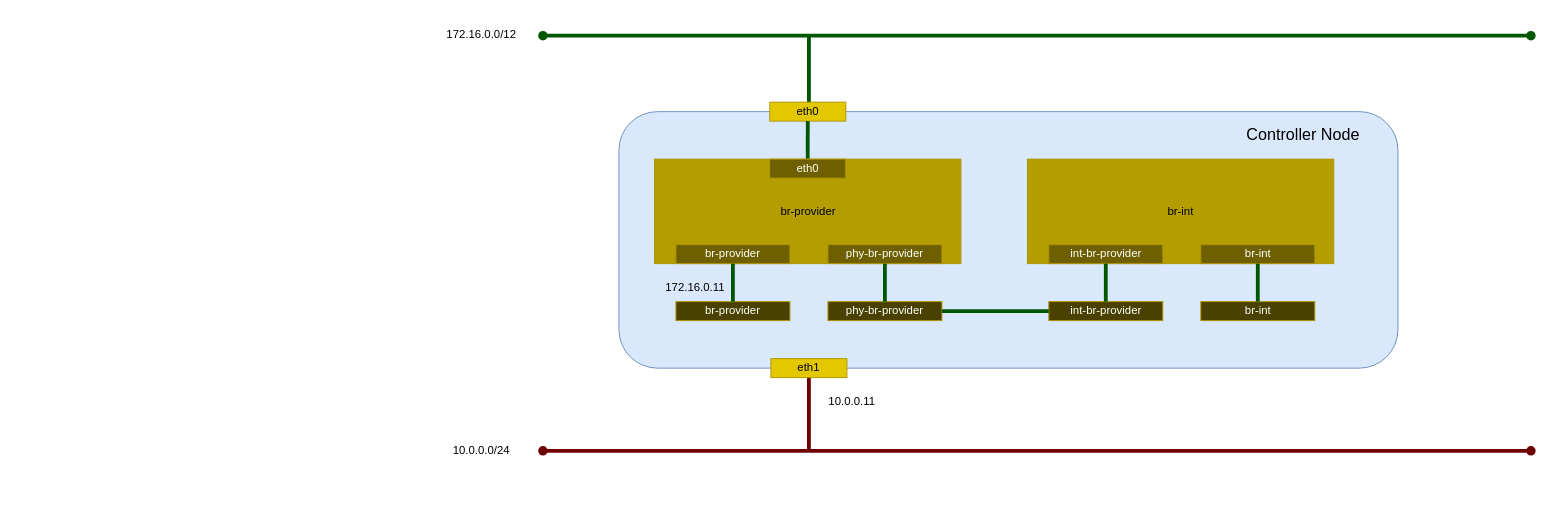
Before: _static/image/network_base_controller_ovs.drawio in 9506hqwy/openstack_study_notes, a draw.io diagram. Source tidied: cells renumbered, new cells numbered last; positions are measured from the earlier drawing's top-left corner, leaving out a move shared by most shapes. Both pictures are drawn from the tidied source at 95%, with x=0, y=0 at pixel (433, 20).
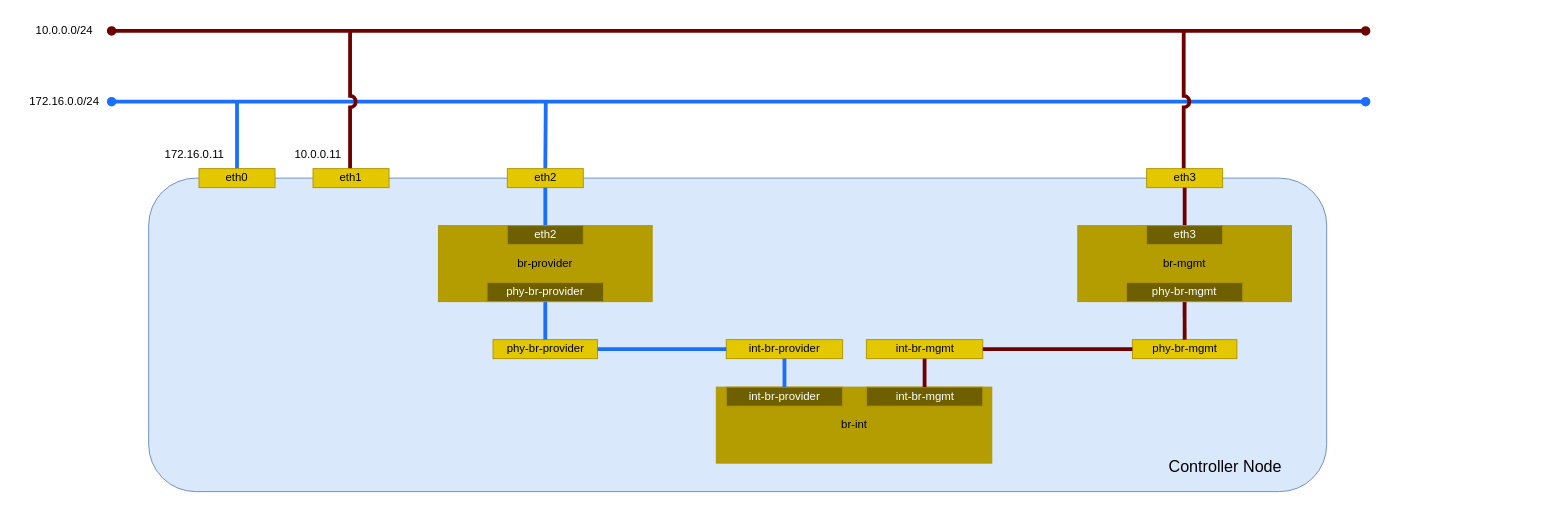
The same page after the edit.

Diff of the diagram source:
```diff
@@
-    <mxCell id="2" style="endArrow=oval;html=1;rounded=0;startArrow=oval;startFill=1;endFill=1;strokeWidth=4;fillColor=#a20025;strokeColor=#6F0000;" parent="1" edge="1">
-      <mxGeometry relative="1" as="geometry">
-        <mxPoint x="115" y="453" as="sourcePoint" />
-        <mxPoint x="1155" y="453" as="targetPoint" />
-      </mxGeometry>
-    </mxCell>
-    <mxCell id="3" style="endArrow=oval;html=1;rounded=0;startArrow=oval;startFill=1;endFill=1;strokeWidth=4;fillColor=#008a00;strokeColor=#005700;" parent="1" edge="1">
-      <mxGeometry relative="1" as="geometry">
-        <mxPoint x="115" y="16" as="sourcePoint" />
-        <mxPoint x="1155" y="16" as="targetPoint" />
-      </mxGeometry>
-    </mxCell>
-    <mxCell id="4" value="172.16.0.0/12" style="text;html=1;align=center;verticalAlign=middle;strokeColor=none;fillColor=none;" parent="1" vertex="1">
-      <mxGeometry width="100" height="30" as="geometry" />
-    </mxCell>
+    <mxCell id="33" style="endArrow=oval;html=1;rounded=0;startArrow=oval;startFill=1;endFill=1;strokeWidth=4;fillColor=#a20025;strokeColor=#6F0000;" parent="1" edge="1">
+      <mxGeometry relative="1" as="geometry">
+        <mxPoint x="-339" y="11" as="sourcePoint" />
+        <mxPoint x="981" y="11" as="targetPoint" />
+      </mxGeometry>
+    </mxCell>
     <mxCell id="5" value="10.0.0.0/24" style="text;html=1;align=center;verticalAlign=middle;strokeColor=none;fillColor=none;" parent="1" vertex="1">
-      <mxGeometry x="10" y="438" width="80" height="30" as="geometry" />
+      <mxGeometry x="-429" y="-4" width="80" height="30" as="geometry" />
     </mxCell>
-    <mxCell id="6" style="endArrow=none;html=1;rounded=0;startArrow=none;startFill=0;endFill=0;strokeWidth=4;fillColor=#008a00;strokeColor=#005700;exitX=0.5;exitY=1;exitDx=0;exitDy=0;" parent="1" edge="1">
-      <mxGeometry relative="1" as="geometry">
-        <mxPoint x="395" y="16" as="sourcePoint" />
-        <mxPoint x="395" y="96" as="targetPoint" />
-      </mxGeometry>
-    </mxCell>
-    <mxCell id="7" style="endArrow=none;html=1;rounded=0;startArrow=none;startFill=0;endFill=0;strokeWidth=4;fillColor=#a20025;strokeColor=#6F0000;exitX=0.5;exitY=1;exitDx=0;exitDy=0;" parent="1" edge="1">
-      <mxGeometry relative="1" as="geometry">
-        <mxPoint x="395" y="373" as="sourcePoint" />
-        <mxPoint x="395" y="453" as="targetPoint" />
-      </mxGeometry>
-    </mxCell>
+    <mxCell id="34" style="endArrow=oval;html=1;rounded=0;startArrow=oval;startFill=1;endFill=1;strokeWidth=4;fillColor=#a20025;strokeColor=#1C6EFF;" parent="1" edge="1">
+      <mxGeometry relative="1" as="geometry">
+        <mxPoint x="-339" y="85.5" as="sourcePoint" />
+        <mxPoint x="981" y="85.5" as="targetPoint" />
+      </mxGeometry>
+    </mxCell>
+    <mxCell id="35" value="172.16.0.0/24" style="text;html=1;align=center;verticalAlign=middle;strokeColor=none;fillColor=none;" parent="1" vertex="1">
+      <mxGeometry x="-439" y="71" width="100" height="30" as="geometry" />
+    </mxCell>
+    <mxCell id="36" style="endArrow=none;html=1;rounded=0;startArrow=none;startFill=0;endFill=0;strokeWidth=4;fillColor=#a20025;strokeColor=#1C6EFF;jumpStyle=arc;" parent="1" edge="1">
+      <mxGeometry relative="1" as="geometry">
+        <mxPoint x="-207" y="86" as="sourcePoint" />
+        <mxPoint x="-207" y="166" as="targetPoint" />
+      </mxGeometry>
+    </mxCell>
+    <mxCell id="37" style="endArrow=none;html=1;rounded=0;startArrow=none;startFill=0;endFill=0;strokeWidth=4;fillColor=#a20025;strokeColor=#1C6EFF;jumpStyle=arc;" parent="1" edge="1">
+      <mxGeometry relative="1" as="geometry">
+        <mxPoint x="118" y="86" as="sourcePoint" />
+        <mxPoint x="117.5" y="156" as="targetPoint" />
+      </mxGeometry>
+    </mxCell>
+    <mxCell id="38" style="endArrow=none;html=1;rounded=0;startArrow=none;startFill=0;endFill=0;strokeWidth=4;fillColor=#a20025;strokeColor=#6F0000;jumpStyle=arc;" parent="1" edge="1">
+      <mxGeometry relative="1" as="geometry">
+        <mxPoint x="789.5" y="12" as="sourcePoint" />
+        <mxPoint x="789.5" y="166" as="targetPoint" />
+      </mxGeometry>
+    </mxCell>
+    <mxCell id="39" style="endArrow=none;html=1;rounded=0;startArrow=none;startFill=0;endFill=0;strokeWidth=4;fillColor=#a20025;strokeColor=#6F0000;jumpStyle=arc;" parent="1" edge="1">
+      <mxGeometry relative="1" as="geometry">
+        <mxPoint x="-88" y="10" as="sourcePoint" />
+        <mxPoint x="-88" y="166" as="targetPoint" />
+      </mxGeometry>
+    </mxCell>
@@
-    <mxCell id="9" style="rounded=1;whiteSpace=wrap;html=1;fillColor=#dae8fc;strokeColor=#6c8ebf;align=center;horizontal=1;" parent="8" vertex="1">
-      <mxGeometry x="195" y="96" width="820" height="270" as="geometry" />
-    </mxCell>
+    <mxCell id="40" style="rounded=1;whiteSpace=wrap;html=1;fillColor=#dae8fc;strokeColor=#6c8ebf;" parent="8" vertex="1">
+      <mxGeometry x="-300" y="166" width="1240" height="330" as="geometry" />
+    </mxCell>
     <mxCell id="10" value="eth1" style="rounded=0;whiteSpace=wrap;html=1;fillColor=#e3c800;fontColor=#000000;strokeColor=#B09500;" parent="8" vertex="1">
-      <mxGeometry x="355" y="356" width="80" height="20" as="geometry" />
+      <mxGeometry x="-127" y="156" width="80" height="20" as="geometry" />
     </mxCell>
     <mxCell id="11" value="eth0" style="rounded=0;whiteSpace=wrap;html=1;fillColor=#e3c800;fontColor=#000000;strokeColor=#B09500;" parent="8" vertex="1">
-      <mxGeometry x="353.8" y="86" width="80" height="20" as="geometry" />
+      <mxGeometry x="-247" y="156" width="80" height="20" as="geometry" />
     </mxCell>
+    <mxCell id="13" value="172.16.0.11" style="text;html=1;align=center;verticalAlign=middle;strokeColor=none;fillColor=none;" parent="8" vertex="1">
+      <mxGeometry x="-297" y="126" width="90" height="30" as="geometry" />
+    </mxCell>
+    <mxCell id="41" value="eth2" style="rounded=0;whiteSpace=wrap;html=1;fillColor=#e3c800;fontColor=#000000;strokeColor=#B09500;" parent="8" vertex="1">
+      <mxGeometry x="77.5" y="156" width="80" height="20" as="geometry" />
+    </mxCell>
+    <mxCell id="42" value="&lt;div&gt;eth3&lt;/div&gt;" style="rounded=0;whiteSpace=wrap;html=1;fillColor=#e3c800;fontColor=#000000;strokeColor=#B09500;" parent="8" vertex="1">
+      <mxGeometry x="750.5" y="156" width="80" height="20" as="geometry" />
+    </mxCell>
     <mxCell id="12" value="10.0.0.11" style="text;html=1;align=center;verticalAlign=middle;strokeColor=none;fillColor=none;" parent="8" vertex="1">
-      <mxGeometry x="405" y="386" width="70" height="30" as="geometry" />
+      <mxGeometry x="-157" y="126" width="70" height="30" as="geometry" />
     </mxCell>
-    <mxCell id="13" value="172.16.0.11" style="text;html=1;align=center;verticalAlign=middle;strokeColor=none;fillColor=none;" parent="8" vertex="1">
-      <mxGeometry x="230" y="266" width="90" height="30" as="geometry" />
-    </mxCell>
     <mxCell id="14" value="&lt;font style=&quot;font-size: 17px;&quot;&gt;Controller Node&lt;/font&gt;" style="text;html=1;align=center;verticalAlign=middle;strokeColor=none;fillColor=none;" parent="8" vertex="1">
-      <mxGeometry x="845" y="106" width="140" height="30" as="geometry" />
+      <mxGeometry x="763" y="456" width="140" height="30" as="geometry" />
     </mxCell>
-    <mxCell id="15" style="endArrow=none;html=1;rounded=0;startArrow=none;startFill=0;endFill=0;strokeWidth=4;fillColor=#008a00;strokeColor=#005700;exitX=0.5;exitY=1;exitDx=0;exitDy=0;entryX=0.5;entryY=0;entryDx=0;entryDy=0;" parent="8" edge="1" source="11" target="18">
-      <mxGeometry relative="1" as="geometry" />
-    </mxCell>
-    <mxCell id="16" style="group;" parent="8" vertex="1">
-      <mxGeometry x="232.5" y="146" width="322.5" height="110" as="geometry" />
-    </mxCell>
-    <mxCell id="17" value="br-provider" style="rounded=0;whiteSpace=wrap;html=1;fillColor=#B39D00;fontColor=#000000;strokeColor=#B09500;" parent="16" vertex="1">
-      <mxGeometry width="322.5" height="110" as="geometry" />
+    <mxCell id="17" value="br-provider" style="rounded=0;whiteSpace=wrap;html=1;fillColor=#B39D00;fontColor=#000000;strokeColor=#B09500;" parent="8" vertex="1">
+      <mxGeometry x="5" y="216" width="225" height="80" as="geometry" />
     </mxCell>
-    <mxCell id="18" value="&lt;font color=&quot;#ffffff&quot;&gt;eth0&lt;/font&gt;" style="rounded=0;whiteSpace=wrap;html=1;fillColor=#6E6000;fontColor=#000000;strokeColor=#B09500;" parent="16" vertex="1">
-      <mxGeometry x="121.2" width="80" height="20" as="geometry" />
-    </mxCell>
+    <mxCell id="25" value="phy-br-provider" style="rounded=0;whiteSpace=wrap;html=1;fillColor=#e3c800;fontColor=#000000;strokeColor=#B09500;" parent="8" vertex="1">
+      <mxGeometry x="62.5" y="336" width="110" height="20" as="geometry" />
+    </mxCell>
+    <mxCell id="43" style="endArrow=none;html=1;rounded=0;startArrow=none;startFill=0;endFill=0;strokeWidth=4;fillColor=#a20025;strokeColor=#1C6EFF;jumpStyle=arc;entryX=0.5;entryY=0;entryDx=0;entryDy=0;exitX=0.5;exitY=1;exitDx=0;exitDy=0;" parent="8" edge="1" source="41" target="44">
+      <mxGeometry relative="1" as="geometry" />
+    </mxCell>
+    <mxCell id="29" style="endArrow=none;html=1;rounded=0;startArrow=none;startFill=0;endFill=0;strokeWidth=4;fillColor=#a20025;strokeColor=#1C6EFF;jumpStyle=arc;entryX=0.5;entryY=0;entryDx=0;entryDy=0;exitX=0.5;exitY=1;exitDx=0;exitDy=0;" parent="8" edge="1" source="19" target="25">
+      <mxGeometry relative="1" as="geometry" />
+    </mxCell>
+    <mxCell id="44" value="&lt;font color=&quot;#ffffff&quot;&gt;eth2&lt;/font&gt;" style="rounded=0;whiteSpace=wrap;html=1;fillColor=#6E6000;fontColor=#000000;strokeColor=#B09500;" parent="8" vertex="1">
+      <mxGeometry x="77.5" y="216" width="80" height="20" as="geometry" />
+    </mxCell>
-    <mxCell id="19" value="&lt;font color=&quot;#ffffff&quot;&gt;phy-br-provider&lt;/font&gt;" style="rounded=0;whiteSpace=wrap;html=1;fillColor=#6E6000;fontColor=#000000;strokeColor=#B09500;" parent="16" vertex="1">
-      <mxGeometry x="182.5" y="90" width="120" height="20" as="geometry" />
+    <mxCell id="19" value="&lt;font color=&quot;#ffffff&quot;&gt;phy-br-provider&lt;/font&gt;" style="rounded=0;whiteSpace=wrap;html=1;fillColor=#6E6000;fontColor=#000000;strokeColor=#B09500;" parent="8" vertex="1">
+      <mxGeometry x="56.2" y="276" width="122.5" height="20" as="geometry" />
     </mxCell>
-    <mxCell id="20" value="&lt;font color=&quot;#ffffff&quot;&gt;br-provider&lt;/font&gt;" style="rounded=0;whiteSpace=wrap;html=1;fillColor=#6E6000;fontColor=#000000;strokeColor=#B09500;" parent="16" vertex="1">
-      <mxGeometry x="22.5" y="90" width="120" height="20" as="geometry" />
-    </mxCell>
+    <mxCell id="45" value="br-mgmt" style="rounded=0;whiteSpace=wrap;html=1;fillColor=#B39D00;fontColor=#000000;strokeColor=#B09500;" parent="8" vertex="1">
+      <mxGeometry x="678" y="216" width="225" height="80" as="geometry" />
+    </mxCell>
+    <mxCell id="46" value="phy-br-mgmt" style="rounded=0;whiteSpace=wrap;html=1;fillColor=#e3c800;fontColor=#000000;strokeColor=#B09500;" parent="8" vertex="1">
+      <mxGeometry x="735.5" y="336" width="110" height="20" as="geometry" />
+    </mxCell>
+    <mxCell id="47" style="endArrow=none;html=1;rounded=0;startArrow=none;startFill=0;endFill=0;strokeWidth=4;fillColor=#a20025;strokeColor=#6F0000;jumpStyle=arc;entryX=0.5;entryY=0;entryDx=0;entryDy=0;exitX=0.5;exitY=1;exitDx=0;exitDy=0;" parent="8" edge="1" source="42" target="49">
+      <mxGeometry relative="1" as="geometry" />
+    </mxCell>
+    <mxCell id="48" style="endArrow=none;html=1;rounded=0;startArrow=none;startFill=0;endFill=0;strokeWidth=4;fillColor=#a20025;strokeColor=#6F0000;jumpStyle=arc;entryX=0.5;entryY=0;entryDx=0;entryDy=0;exitX=0.5;exitY=1;exitDx=0;exitDy=0;" parent="8" edge="1" source="50" target="46">
+      <mxGeometry relative="1" as="geometry" />
+    </mxCell>
+    <mxCell id="49" value="&lt;font color=&quot;#ffffff&quot;&gt;eth3&lt;/font&gt;" style="rounded=0;whiteSpace=wrap;html=1;fillColor=#6E6000;fontColor=#000000;strokeColor=#B09500;" parent="8" vertex="1">
+      <mxGeometry x="750.5" y="216" width="80" height="20" as="geometry" />
+    </mxCell>
+    <mxCell id="50" value="&lt;font color=&quot;#ffffff&quot;&gt;phy-br-mgmt&lt;/font&gt;" style="rounded=0;whiteSpace=wrap;html=1;fillColor=#6E6000;fontColor=#000000;strokeColor=#B09500;" parent="8" vertex="1">
+      <mxGeometry x="729.2" y="276" width="122.5" height="20" as="geometry" />
+    </mxCell>
     <mxCell id="21" value="br-int" style="rounded=0;whiteSpace=wrap;html=1;fillColor=#B39D00;fontColor=#000000;strokeColor=#B09500;" parent="8" vertex="1">
-      <mxGeometry x="625" y="146" width="322.5" height="110" as="geometry" />
+      <mxGeometry x="297.5" y="386" width="290" height="80" as="geometry" />
     </mxCell>
-    <mxCell id="22" value="&lt;font color=&quot;#ffffff&quot;&gt;br-int&lt;/font&gt;" style="rounded=0;whiteSpace=wrap;html=1;fillColor=#6E6000;fontColor=#000000;strokeColor=#B09500;" parent="8" vertex="1">
-      <mxGeometry x="807.5" y="236" width="120" height="20" as="geometry" />
-    </mxCell>
     <mxCell id="23" value="&lt;font color=&quot;#ffffff&quot;&gt;int-br-provider&lt;/font&gt;" style="rounded=0;whiteSpace=wrap;html=1;fillColor=#6E6000;fontColor=#000000;strokeColor=#B09500;" parent="8" vertex="1">
-      <mxGeometry x="647.5" y="236" width="120" height="20" as="geometry" />
+      <mxGeometry x="308" y="386" width="122.5" height="20" as="geometry" />
     </mxCell>
-    <mxCell id="24" value="&lt;font color=&quot;#ffffff&quot;&gt;br-provider&lt;/font&gt;" style="rounded=0;whiteSpace=wrap;html=1;fillColor=#4A4100;fontColor=#000000;strokeColor=#B09500;" parent="8" vertex="1">
-      <mxGeometry x="255" y="296" width="120" height="20" as="geometry" />
-    </mxCell>
-    <mxCell id="25" value="&lt;font color=&quot;#ffffff&quot;&gt;phy-br-provider&lt;/font&gt;" style="rounded=0;whiteSpace=wrap;html=1;fillColor=#4A4100;fontColor=#000000;strokeColor=#B09500;" parent="8" vertex="1">
-      <mxGeometry x="415" y="296" width="120" height="20" as="geometry" />
-    </mxCell>
+    <mxCell id="51" value="&lt;font color=&quot;#ffffff&quot;&gt;int-br-mgmt&lt;/font&gt;" style="rounded=0;whiteSpace=wrap;html=1;fillColor=#6E6000;fontColor=#000000;strokeColor=#B09500;" parent="8" vertex="1">
+      <mxGeometry x="455.5" y="386" width="122.5" height="20" as="geometry" />
+    </mxCell>
-    <mxCell id="26" value="&lt;font color=&quot;#ffffff&quot;&gt;int-br-provider&lt;/font&gt;" style="rounded=0;whiteSpace=wrap;html=1;fillColor=#4A4100;fontColor=#000000;strokeColor=#B09500;" parent="8" vertex="1">
-      <mxGeometry x="647.5" y="296" width="120" height="20" as="geometry" />
+    <mxCell id="26" value="int-br-provider" style="rounded=0;whiteSpace=wrap;html=1;fillColor=#e3c800;fontColor=#000000;strokeColor=#B09500;" parent="8" vertex="1">
+      <mxGeometry x="308" y="336" width="122.5" height="20" as="geometry" />
     </mxCell>
-    <mxCell id="27" value="&lt;font color=&quot;#ffffff&quot;&gt;br-int&lt;/font&gt;" style="rounded=0;whiteSpace=wrap;html=1;fillColor=#4A4100;fontColor=#000000;strokeColor=#B09500;" parent="8" vertex="1">
-      <mxGeometry x="807.5" y="296" width="120" height="20" as="geometry" />
-    </mxCell>
-    <mxCell id="28" style="endArrow=none;html=1;rounded=0;startArrow=none;startFill=0;endFill=0;strokeWidth=4;fillColor=#008a00;strokeColor=#005700;exitX=0.5;exitY=1;exitDx=0;exitDy=0;entryX=0.5;entryY=0;entryDx=0;entryDy=0;" parent="8" edge="1" source="20" target="24">
-      <mxGeometry relative="1" as="geometry" />
-    </mxCell>
-    <mxCell id="29" style="endArrow=none;html=1;rounded=0;startArrow=none;startFill=0;endFill=0;strokeWidth=4;fillColor=#008a00;strokeColor=#005700;exitX=0.5;exitY=1;exitDx=0;exitDy=0;" parent="8" edge="1" source="19" target="25">
-      <mxGeometry relative="1" as="geometry" />
-    </mxCell>
-    <mxCell id="30" style="endArrow=none;html=1;rounded=0;startArrow=none;startFill=0;endFill=0;strokeWidth=4;fillColor=#008a00;strokeColor=#005700;exitX=0;exitY=0.5;exitDx=0;exitDy=0;entryX=1;entryY=0.5;entryDx=0;entryDy=0;" parent="8" edge="1" source="26" target="25">
-      <mxGeometry relative="1" as="geometry" />
-    </mxCell>
-    <mxCell id="31" style="endArrow=none;html=1;rounded=0;startArrow=none;startFill=0;endFill=0;strokeWidth=4;fillColor=#008a00;strokeColor=#005700;exitX=0.5;exitY=1;exitDx=0;exitDy=0;" parent="8" edge="1" source="23" target="26">
-      <mxGeometry relative="1" as="geometry" />
-    </mxCell>
-    <mxCell id="32" style="endArrow=none;html=1;rounded=0;startArrow=none;startFill=0;endFill=0;strokeWidth=4;fillColor=#008a00;strokeColor=#005700;exitX=0.5;exitY=1;exitDx=0;exitDy=0;entryX=0.5;entryY=0;entryDx=0;entryDy=0;" parent="8" edge="1" source="22" target="27">
-      <mxGeometry relative="1" as="geometry" />
-    </mxCell>
+    <mxCell id="52" value="int-br-mgmt" style="rounded=0;whiteSpace=wrap;html=1;fillColor=#e3c800;fontColor=#000000;strokeColor=#B09500;" parent="8" vertex="1">
+      <mxGeometry x="455.5" y="336" width="122.5" height="20" as="geometry" />
+    </mxCell>
+    <mxCell id="53" style="endArrow=none;html=1;rounded=0;startArrow=none;startFill=0;endFill=0;strokeWidth=4;fillColor=#a20025;strokeColor=#1C6EFF;jumpStyle=arc;entryX=0;entryY=0.5;entryDx=0;entryDy=0;exitX=1;exitY=0.5;exitDx=0;exitDy=0;" parent="8" edge="1" source="25" target="26">
+      <mxGeometry relative="1" as="geometry" />
+    </mxCell>
+    <mxCell id="54" style="endArrow=none;html=1;rounded=0;startArrow=none;startFill=0;endFill=0;strokeWidth=4;fillColor=#a20025;strokeColor=#1C6EFF;jumpStyle=arc;entryX=0.5;entryY=0;entryDx=0;entryDy=0;exitX=0.5;exitY=1;exitDx=0;exitDy=0;" parent="8" edge="1" source="26" target="23">
+      <mxGeometry relative="1" as="geometry" />
+    </mxCell>
+    <mxCell id="55" style="endArrow=none;html=1;rounded=0;startArrow=none;startFill=0;endFill=0;strokeWidth=4;fillColor=#a20025;strokeColor=#6F0000;jumpStyle=arc;entryX=1;entryY=0.5;entryDx=0;entryDy=0;exitX=0;exitY=0.5;exitDx=0;exitDy=0;" parent="8" edge="1" source="46" target="52">
+      <mxGeometry relative="1" as="geometry" />
+    </mxCell>
+    <mxCell id="56" style="endArrow=none;html=1;rounded=0;startArrow=none;startFill=0;endFill=0;strokeWidth=4;fillColor=#a20025;strokeColor=#6F0000;jumpStyle=arc;entryX=0.5;entryY=0;entryDx=0;entryDy=0;exitX=0.5;exitY=1;exitDx=0;exitDy=0;" parent="8" edge="1" source="52" target="51">
+      <mxGeometry relative="1" as="geometry" />
+    </mxCell>
```
